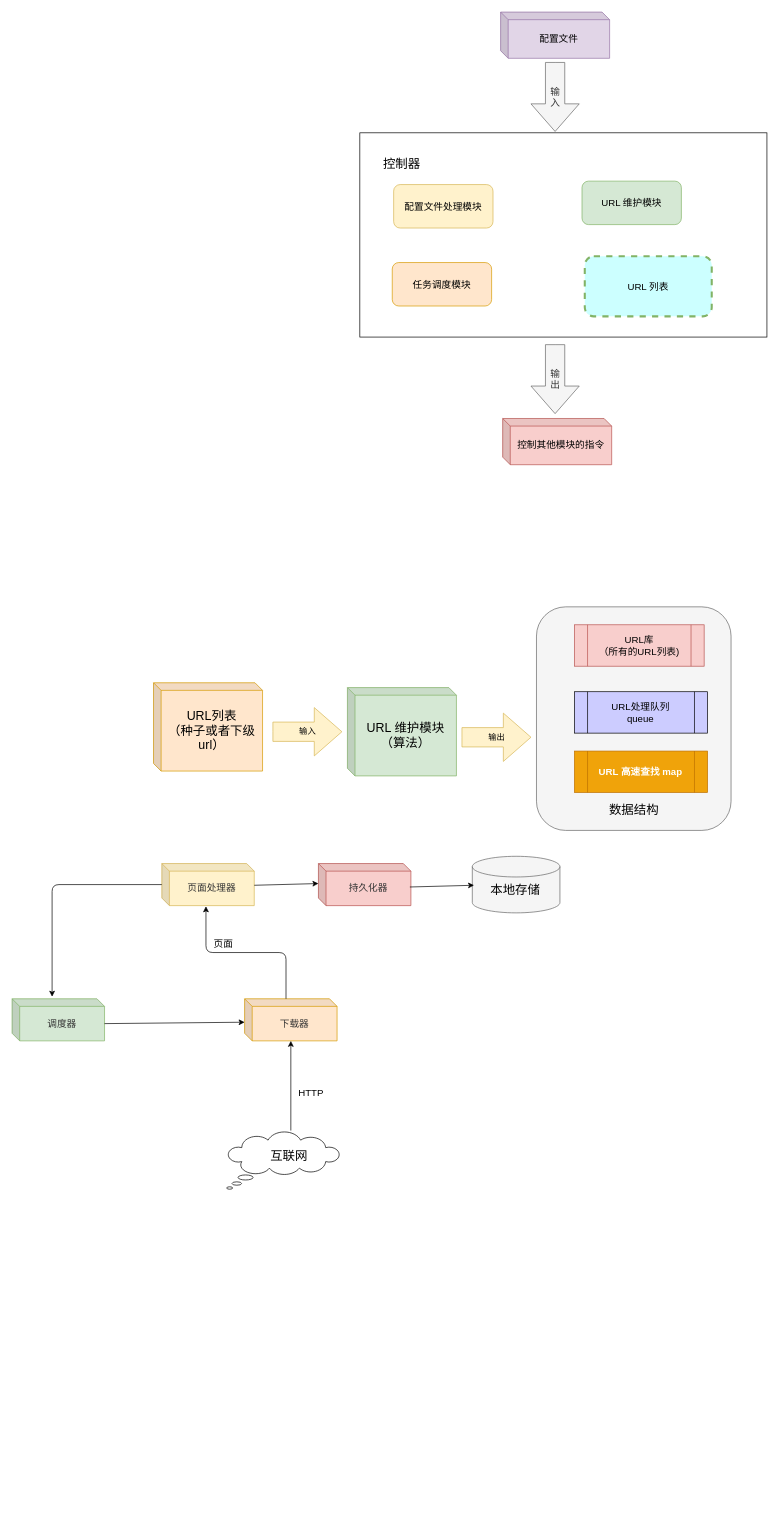
Before: page "爬虫项目" (2 of 5) of docs/workSpacePic/流程图.drawio in kenlin-00/kendall-cpp-view, a draw.io diagram. Source tidied: cells renumbered, new cells numbered last; positions are measured from the earlier drawing's top-left corner, leaving out a move shared by most shapes. Both pictures are drawn from the tidied source at 69%, with x=0, y=0 at pixel (12, 12).
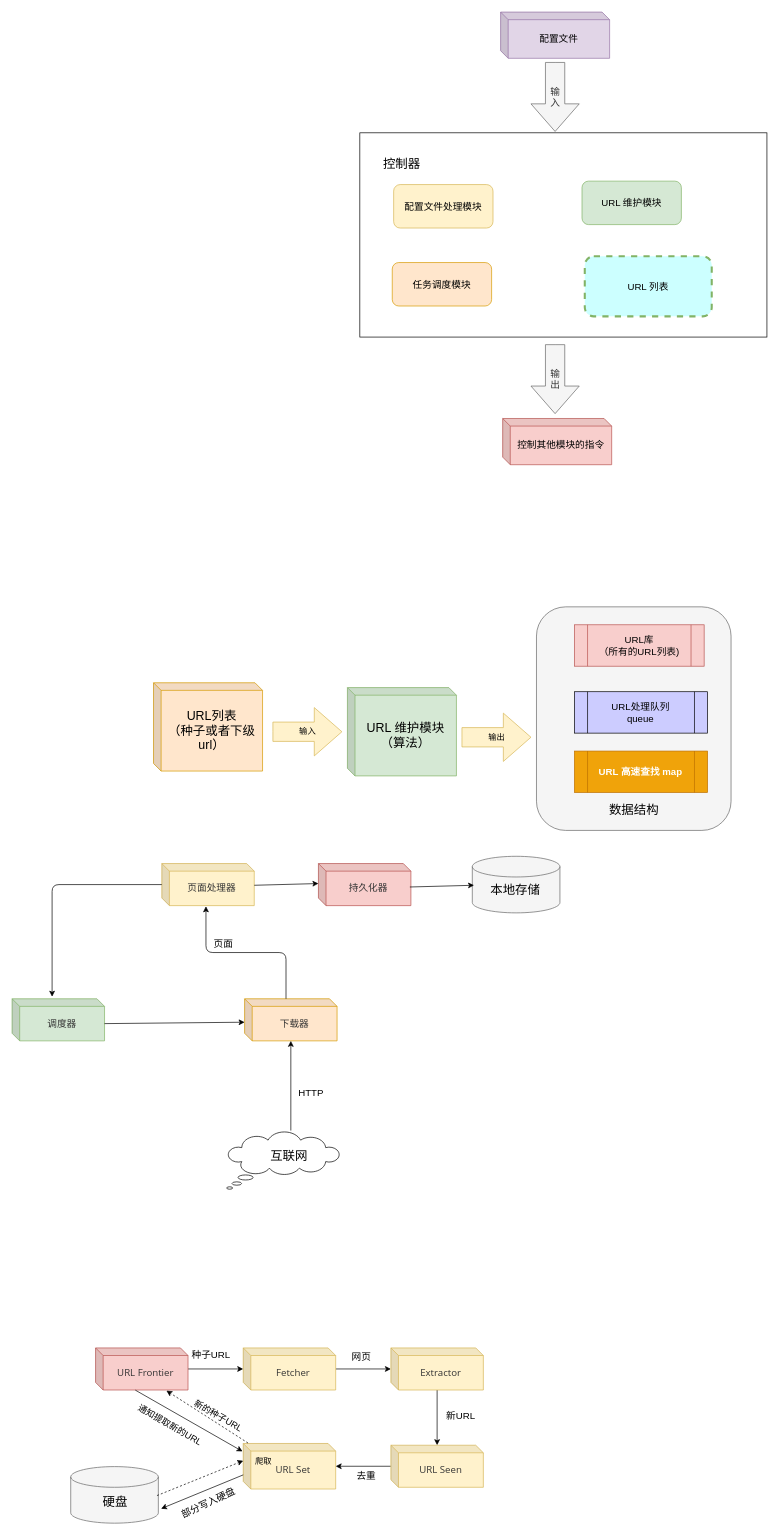
Above is the later version.

Diff of the diagram source:
```diff
@@
+    <mxCell id="37" style="edgeStyle=orthogonalEdgeStyle;rounded=0;jettySize=auto;html=1;" parent="1" edge="1" source="38" target="40">
+      <mxGeometry relative="1" as="geometry" />
+    </mxCell>
+    <mxCell id="38" value="&lt;font&gt;&lt;font color=&quot;#333333&quot; face=&quot;open sans, sans-serif&quot;&gt;&lt;span style=&quot;font-size: 14px&quot;&gt;URL Frontier&lt;/span&gt;&lt;/font&gt;&lt;br&gt;&lt;/font&gt;" style="shape=cube;whiteSpace=wrap;html=1;boundedLbl=1;backgroundOutline=1;darkOpacity=0.05;darkOpacity2=0.1;size=11;fillColor=#f8cecc;strokeColor=#b85450;" parent="1" vertex="1">
+      <mxGeometry x="121" y="1936" width="134" height="61" as="geometry" />
+    </mxCell>
+    <mxCell id="39" style="edgeStyle=orthogonalEdgeStyle;rounded=0;jettySize=auto;html=1;" parent="1" edge="1" source="40" target="42">
+      <mxGeometry relative="1" as="geometry" />
+    </mxCell>
+    <mxCell id="40" value="&lt;font&gt;&lt;font color=&quot;#333333&quot; face=&quot;open sans, sans-serif&quot;&gt;&lt;span style=&quot;font-size: 14px&quot;&gt;Fetcher&lt;/span&gt;&lt;/font&gt;&lt;br&gt;&lt;/font&gt;" style="shape=cube;whiteSpace=wrap;html=1;boundedLbl=1;backgroundOutline=1;darkOpacity=0.05;darkOpacity2=0.1;size=11;fillColor=#fff2cc;strokeColor=#d6b656;" parent="1" vertex="1">
+      <mxGeometry x="335" y="1936" width="134" height="61" as="geometry" />
+    </mxCell>
+    <mxCell id="41" style="edgeStyle=orthogonalEdgeStyle;rounded=0;jettySize=auto;html=1;" parent="1" edge="1" source="42" target="44">
+      <mxGeometry relative="1" as="geometry" />
+    </mxCell>
+    <mxCell id="42" value="&lt;font&gt;&lt;font color=&quot;#333333&quot; face=&quot;open sans, sans-serif&quot;&gt;&lt;span style=&quot;font-size: 14px&quot;&gt;Extractor&lt;/span&gt;&lt;/font&gt;&lt;br&gt;&lt;/font&gt;" style="shape=cube;whiteSpace=wrap;html=1;boundedLbl=1;backgroundOutline=1;darkOpacity=0.05;darkOpacity2=0.1;size=11;fillColor=#fff2cc;strokeColor=#d6b656;" parent="1" vertex="1">
+      <mxGeometry x="549" y="1936" width="134" height="61" as="geometry" />
+    </mxCell>
+    <mxCell id="43" style="edgeStyle=orthogonalEdgeStyle;rounded=0;jettySize=auto;html=1;" parent="1" edge="1" source="44" target="45">
+      <mxGeometry relative="1" as="geometry" />
+    </mxCell>
+    <mxCell id="44" value="&lt;font&gt;&lt;font color=&quot;#333333&quot; face=&quot;open sans, sans-serif&quot;&gt;&lt;span style=&quot;font-size: 14px&quot;&gt;URL Seen&lt;/span&gt;&lt;/font&gt;&lt;br&gt;&lt;/font&gt;" style="shape=cube;whiteSpace=wrap;html=1;boundedLbl=1;backgroundOutline=1;darkOpacity=0.05;darkOpacity2=0.1;size=11;fillColor=#fff2cc;strokeColor=#d6b656;" parent="1" vertex="1">
+      <mxGeometry x="549" y="2077" width="134" height="61" as="geometry" />
+    </mxCell>
+    <mxCell id="45" value="&lt;font&gt;&lt;font color=&quot;#333333&quot; face=&quot;open sans, sans-serif&quot;&gt;&lt;span style=&quot;font-size: 14px&quot;&gt;URL Set&lt;/span&gt;&lt;/font&gt;&lt;br&gt;&lt;/font&gt;" style="shape=cube;whiteSpace=wrap;html=1;boundedLbl=1;backgroundOutline=1;darkOpacity=0.05;darkOpacity2=0.1;size=11;fillColor=#fff2cc;strokeColor=#d6b656;" parent="1" vertex="1">
+      <mxGeometry x="335" y="2074.5" width="134" height="66" as="geometry" />
+    </mxCell>
+    <mxCell id="46" style="shape=cylinder3;whiteSpace=wrap;html=1;boundedLbl=1;backgroundOutline=1;size=15;fillColor=#f5f5f5;strokeColor=#666666;fontColor=#333333;" parent="1" vertex="1">
+      <mxGeometry x="85" y="2108" width="127" height="82" as="geometry" />
+    </mxCell>
+    <mxCell id="47" value="&lt;span style=&quot;font-size: 18px&quot;&gt;硬盘&lt;/span&gt;" style="text;html=1;align=center;verticalAlign=middle;" parent="1" vertex="1">
+      <mxGeometry x="125.5" y="2150" width="46" height="20" as="geometry" />
+    </mxCell>
+    <mxCell id="48" style="endArrow=classic;html=1;entryX=0;entryY=0;entryDx=0;entryDy=25;entryPerimeter=0;dashed=1;" parent="1" edge="1" target="45">
+      <mxGeometry relative="1" as="geometry">
+        <mxPoint x="210" y="2150" as="sourcePoint" />
+      </mxGeometry>
+    </mxCell>
+    <mxCell id="49" style="endArrow=classic;html=1;entryX=1.031;entryY=0.744;entryDx=0;entryDy=0;entryPerimeter=0;" parent="1" edge="1" target="46">
+      <mxGeometry relative="1" as="geometry">
+        <mxPoint x="335" y="2120" as="sourcePoint" />
+      </mxGeometry>
+    </mxCell>
+    <mxCell id="50" value="&lt;span style=&quot;font-size: 14px&quot;&gt;种子URL&lt;/span&gt;" style="text;html=1;align=center;verticalAlign=middle;" parent="1" vertex="1">
+      <mxGeometry x="255" y="1936" width="66" height="19" as="geometry" />
+    </mxCell>
+    <mxCell id="51" value="&lt;span style=&quot;font-size: 14px&quot;&gt;网页&lt;/span&gt;" style="text;html=1;align=center;verticalAlign=middle;" parent="1" vertex="1">
+      <mxGeometry x="487" y="1939" width="38" height="19" as="geometry" />
+    </mxCell>
+    <mxCell id="52" value="&lt;span style=&quot;font-size: 14px&quot;&gt;新URL&lt;/span&gt;" style="text;html=1;align=center;verticalAlign=middle;" parent="1" vertex="1">
+      <mxGeometry x="624" y="2025" width="52" height="19" as="geometry" />
+    </mxCell>
+    <mxCell id="53" value="&lt;span style=&quot;font-size: 14px&quot;&gt;去重&lt;/span&gt;" style="text;html=1;align=center;verticalAlign=middle;" parent="1" vertex="1">
+      <mxGeometry x="494" y="2112" width="38" height="19" as="geometry" />
+    </mxCell>
+    <mxCell id="54" value="&lt;font style=&quot;font-size: 12px&quot; face=&quot;Comic Sans MS&quot;&gt;爬取&lt;/font&gt;" style="text;html=1;align=center;verticalAlign=middle;" parent="1" vertex="1">
+      <mxGeometry x="347" y="2091" width="34" height="19" as="geometry" />
+    </mxCell>
+    <mxCell id="55" value="&lt;span style=&quot;font-size: 14px&quot;&gt;部分写入硬盘&lt;/span&gt;" style="text;html=1;align=center;verticalAlign=middle;rotation=-25;" parent="1" vertex="1">
+      <mxGeometry x="237" y="2151" width="94" height="19" as="geometry" />
+    </mxCell>
+    <mxCell id="56" style="endArrow=classic;html=1;exitX=0.43;exitY=1.003;exitDx=0;exitDy=0;exitPerimeter=0;" parent="1" edge="1" source="38">
+      <mxGeometry relative="1" as="geometry">
+        <mxPoint x="334" y="2086" as="targetPoint" />
+      </mxGeometry>
+    </mxCell>
+    <mxCell id="57" value="&lt;font style=&quot;font-size: 13px&quot;&gt;通知提取新的URL&lt;/font&gt;" style="text;html=1;align=center;verticalAlign=middle;rotation=30;" parent="1" vertex="1">
+      <mxGeometry x="171.5" y="2038" width="114" height="18" as="geometry" />
+    </mxCell>
+    <mxCell id="58" style="endArrow=classic;html=1;exitX=0.052;exitY=-0.01;exitDx=0;exitDy=0;exitPerimeter=0;entryX=0.766;entryY=1.016;entryDx=0;entryDy=0;entryPerimeter=0;dashed=1;" parent="1" edge="1" source="45" target="38">
+      <mxGeometry relative="1" as="geometry" />
+    </mxCell>
+    <mxCell id="59" value="&lt;span style=&quot;font-size: 13px&quot;&gt;新的种子URL&lt;/span&gt;" style="text;html=1;align=center;verticalAlign=middle;rotation=30;dashed=1;" parent="1" vertex="1">
+      <mxGeometry x="255" y="2025" width="88" height="18" as="geometry" />
+    </mxCell>
```
